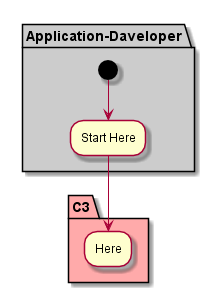
This is docs/Actors/Application-Developer/Activity.png from CAADE/C3, a PlantUML export, as it was before one commit.
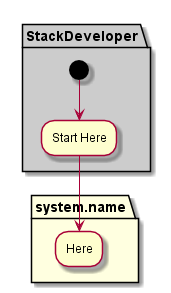
The same file after the commit.

The edit, as a diff of the source:
```diff
@@ -1,11 +1,11 @@
 @startuml
 
 
-partition "Application-Daveloper"  #cccccc {
+partition "StackDeveloper"  #cccccc {
   (*) --> "Start Here"
 }
 
-partition "C3" #ffaaaa {
+partition "system.name" #lightyellow {
   "Start Here" --> "Here"
 }
 
```
